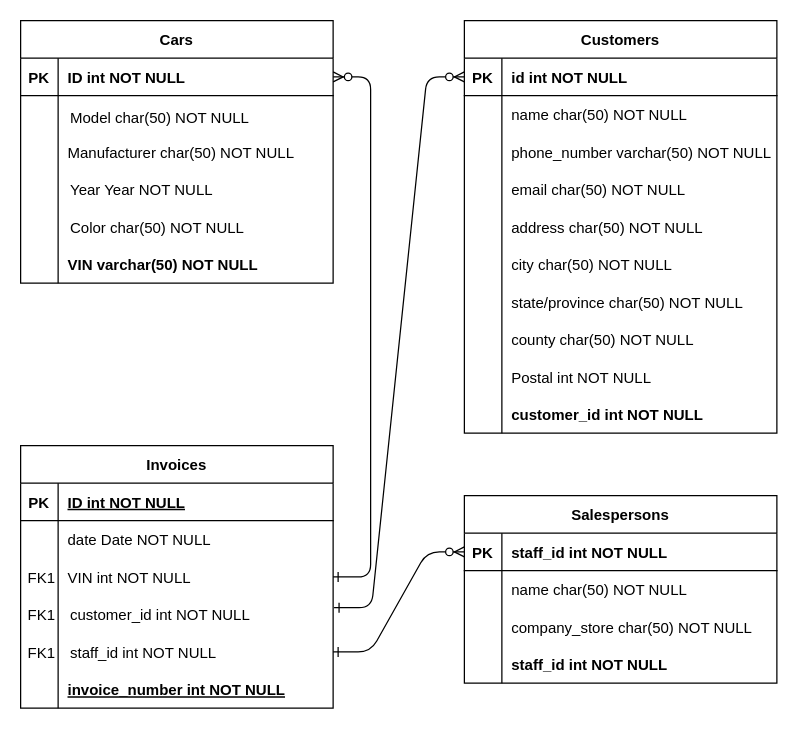
This is Module_1/Lab_20_SQL-Business-Cases/Lab_20_SQL-Business-Cases.drawio from JonathonClegg/DAFT_0116, a draw.io file, before an edit. Source tidied: cells renumbered, new cells numbered last; positions are measured from the earlier drawing's top-left corner, leaving out a move shared by most shapes. Both pictures are drawn from the tidied source at 125%, with x=0, y=0 at pixel (20, 20).
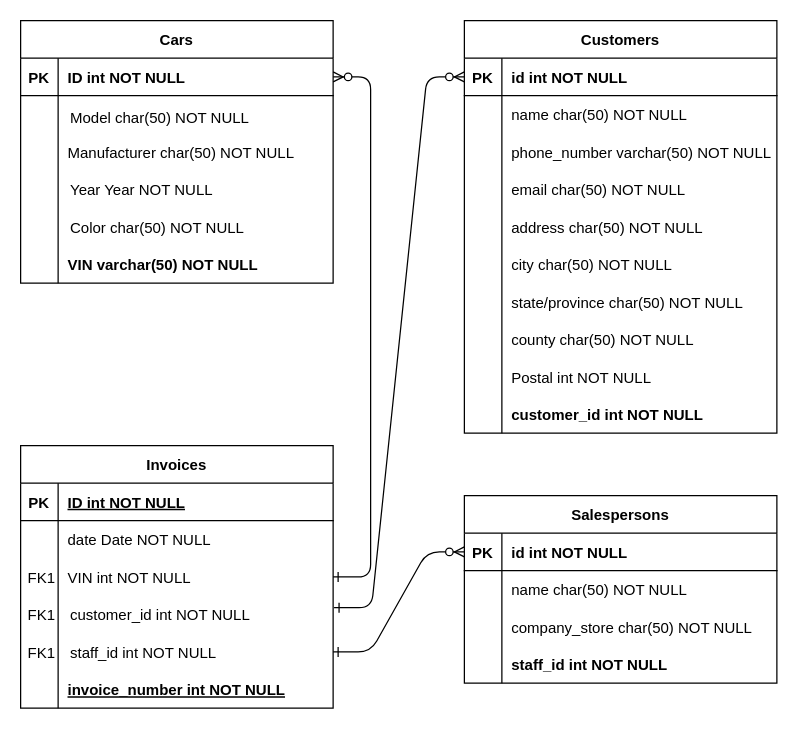
The same page after the edit.

The change refers to these unchanged cells:
```xml
<mxCell id="36" style="shape=partialRectangle;fillColor=none;points=[[0,0.5],[1,0.5]];portConstraint=eastwest;top=0;left=0;right=0;bottom=1;" parent="35" vertex="1">
  <mxGeometry y="30" width="250" height="30" as="geometry" />
</mxCell>
```

Change to the diagram source:
```diff
@@
-    <mxCell id="38" value="staff_id int NOT NULL " style="shape=partialRectangle;overflow=hidden;fillColor=none;top=0;left=0;bottom=0;right=0;align=left;spacingLeft=6;fontStyle=1;" parent="36" vertex="1">
+    <mxCell id="38" value="id int NOT NULL " style="shape=partialRectangle;overflow=hidden;fillColor=none;top=0;left=0;bottom=0;right=0;align=left;spacingLeft=6;fontStyle=1;" parent="36" vertex="1">
       <mxGeometry x="30" width="220" height="30" as="geometry" />
     </mxCell>
```
